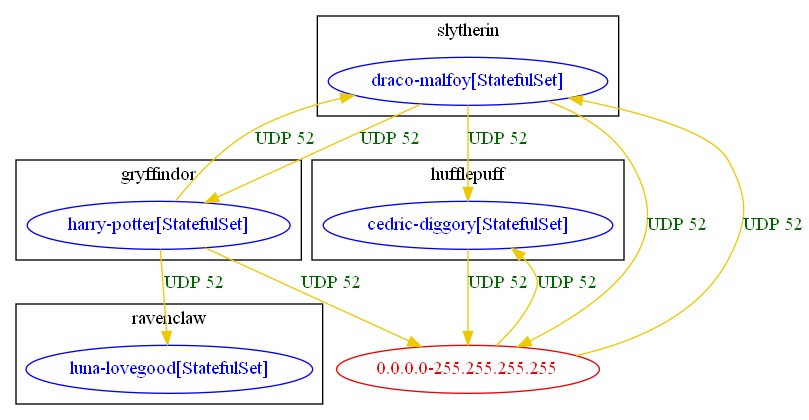
np-guard/netpol-analyzer keeps this Graphviz diagram as test_outputs/connlist/anp_demo_udp-52_connlist_output.dot.png. Above is the earlier version. Its source is kept beside it as test_outputs/connlist/anp_demo_udp-52_connlist_output.dot.
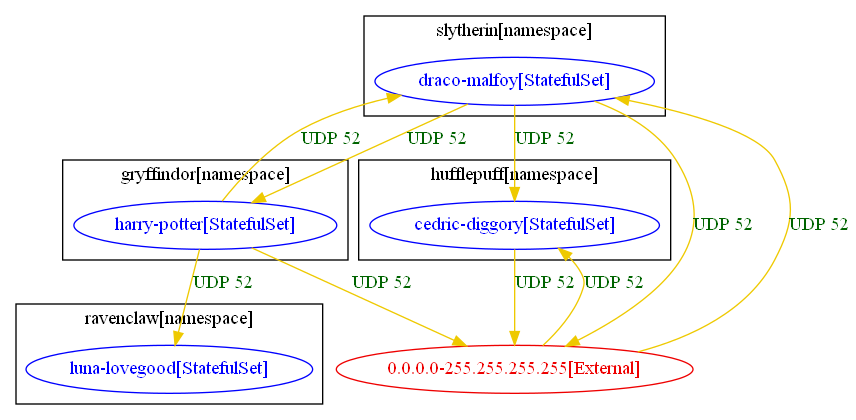
Later version of the same file.

The edit, as a diff of the source:
```diff
@@ -1,36 +1,36 @@
 digraph {
-	subgraph "cluster_gryffindor" {
+	subgraph "cluster_gryffindor[namespace]" {
 		color="black"
 		fontcolor="black"
 		"gryffindor/harry-potter[StatefulSet]" [label="harry-potter[StatefulSet]" color="blue" fontcolor="blue"]
-		label="gryffindor"
+		label="gryffindor[namespace]"
 	}
-	subgraph "cluster_hufflepuff" {
+	subgraph "cluster_hufflepuff[namespace]" {
 		color="black"
 		fontcolor="black"
 		"hufflepuff/cedric-diggory[StatefulSet]" [label="cedric-diggory[StatefulSet]" color="blue" fontcolor="blue"]
-		label="hufflepuff"
+		label="hufflepuff[namespace]"
 	}
-	subgraph "cluster_ravenclaw" {
+	subgraph "cluster_ravenclaw[namespace]" {
 		color="black"
 		fontcolor="black"
 		"ravenclaw/luna-lovegood[StatefulSet]" [label="luna-lovegood[StatefulSet]" color="blue" fontcolor="blue"]
-		label="ravenclaw"
+		label="ravenclaw[namespace]"
 	}
-	subgraph "cluster_slytherin" {
+	subgraph "cluster_slytherin[namespace]" {
 		color="black"
 		fontcolor="black"
 		"slytherin/draco-malfoy[StatefulSet]" [label="draco-malfoy[StatefulSet]" color="blue" fontcolor="blue"]
-		label="slytherin"
+		label="slytherin[namespace]"
 	}
-	"0.0.0.0-255.255.255.255" [label="0.0.0.0-255.255.255.255" color="red2" fontcolor="red2"]
-	"0.0.0.0-255.255.255.255" -> "hufflepuff/cedric-diggory[StatefulSet]" [label="UDP 52" color="gold2" fontcolor="darkgreen" weight=0.5]
-	"0.0.0.0-255.255.255.255" -> "slytherin/draco-malfoy[StatefulSet]" [label="UDP 52" color="gold2" fontcolor="darkgreen" weight=0.5]
-	"gryffindor/harry-potter[StatefulSet]" -> "0.0.0.0-255.255.255.255" [label="UDP 52" color="gold2" fontcolor="darkgreen" weight=1]
+	"0.0.0.0-255.255.255.255[External]" [label="0.0.0.0-255.255.255.255[External]" color="red2" fontcolor="red2"]
+	"0.0.0.0-255.255.255.255[External]" -> "hufflepuff/cedric-diggory[StatefulSet]" [label="UDP 52" color="gold2" fontcolor="darkgreen" weight=0.5]
+	"0.0.0.0-255.255.255.255[External]" -> "slytherin/draco-malfoy[StatefulSet]" [label="UDP 52" color="gold2" fontcolor="darkgreen" weight=0.5]
+	"gryffindor/harry-potter[StatefulSet]" -> "0.0.0.0-255.255.255.255[External]" [label="UDP 52" color="gold2" fontcolor="darkgreen" weight=1]
 	"gryffindor/harry-potter[StatefulSet]" -> "ravenclaw/luna-lovegood[StatefulSet]" [label="UDP 52" color="gold2" fontcolor="darkgreen" weight=0.5]
 	"gryffindor/harry-potter[StatefulSet]" -> "slytherin/draco-malfoy[StatefulSet]" [label="UDP 52" color="gold2" fontcolor="darkgreen" weight=0.5]
-	"hufflepuff/cedric-diggory[StatefulSet]" -> "0.0.0.0-255.255.255.255" [label="UDP 52" color="gold2" fontcolor="darkgreen" weight=1]
-	"slytherin/draco-malfoy[StatefulSet]" -> "0.0.0.0-255.255.255.255" [label="UDP 52" color="gold2" fontcolor="darkgreen" weight=1]
+	"hufflepuff/cedric-diggory[StatefulSet]" -> "0.0.0.0-255.255.255.255[External]" [label="UDP 52" color="gold2" fontcolor="darkgreen" weight=1]
+	"slytherin/draco-malfoy[StatefulSet]" -> "0.0.0.0-255.255.255.255[External]" [label="UDP 52" color="gold2" fontcolor="darkgreen" weight=1]
 	"slytherin/draco-malfoy[StatefulSet]" -> "gryffindor/harry-potter[StatefulSet]" [label="UDP 52" color="gold2" fontcolor="darkgreen" weight=1]
 	"slytherin/draco-malfoy[StatefulSet]" -> "hufflepuff/cedric-diggory[StatefulSet]" [label="UDP 52" color="gold2" fontcolor="darkgreen" weight=1]
 }
```
